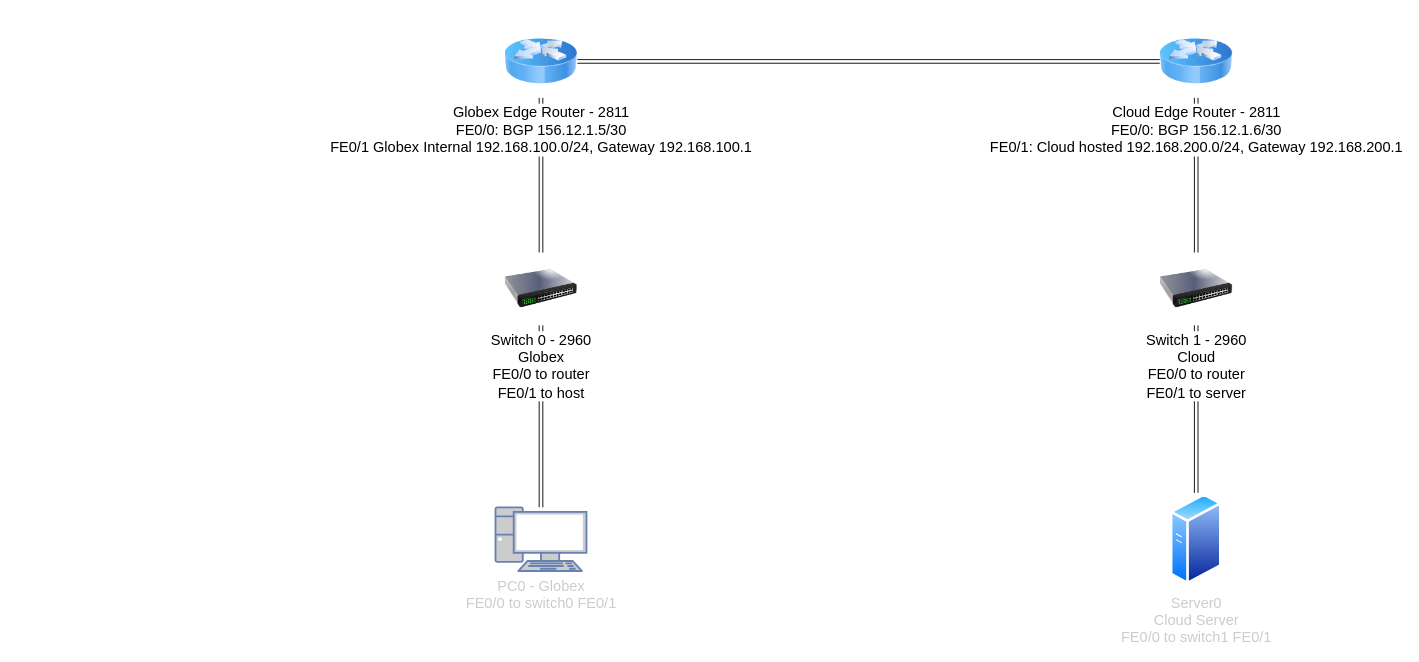
This is 30104.drawio from subtropicalhorseback/opschallenges, a draw.io file, before an edit. Source tidied: cells renumbered, new cells numbered last; positions are measured from the earlier drawing's top-left corner, leaving out a move shared by most shapes. Both pictures are drawn from the tidied source at 91%, with x=0, y=0 at pixel (495, 25).
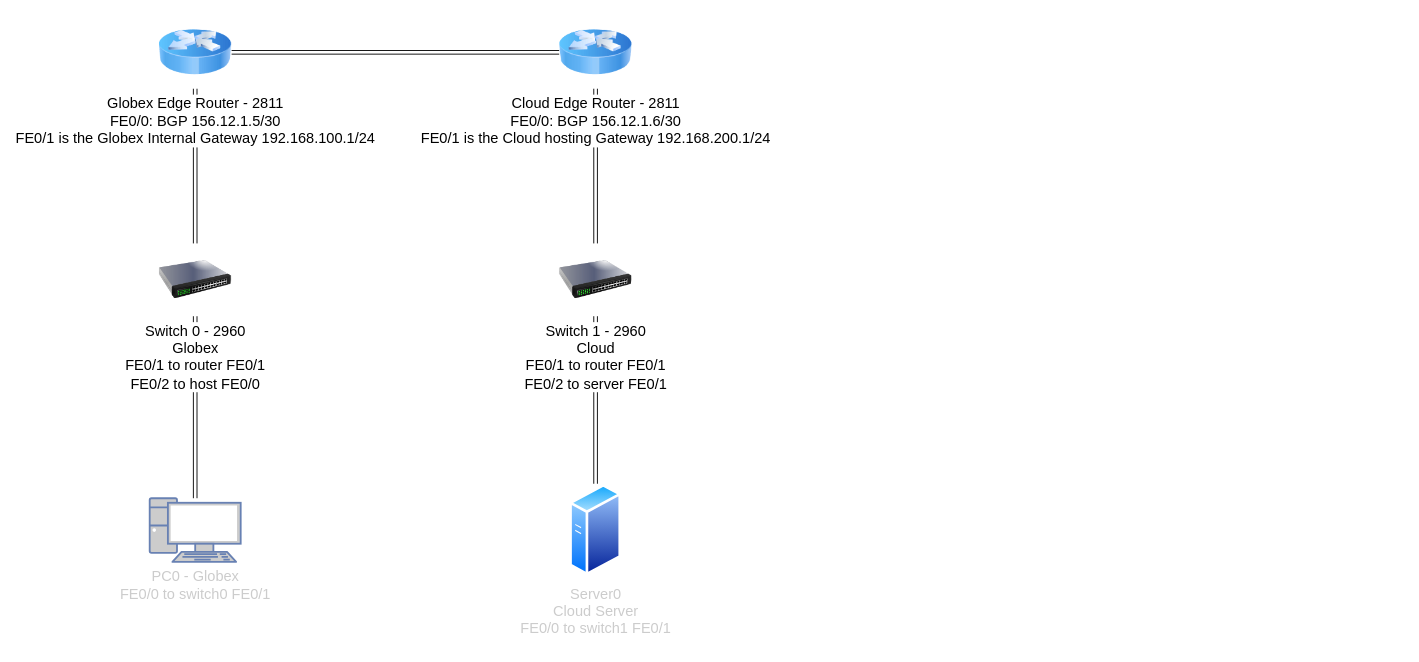
The same diagram, later.

Commit message:
finished 301Lab04 topo

The edit, as a diff of the source:
```diff
@@
 <mxGraphModel>
   <root>
     <mxCell id="0" />
     <mxCell id="1" parent="0" />
     <mxCell id="2" style="edgeStyle=none;shape=link;html=1;entryX=0;entryY=0.5;entryDx=0;entryDy=0;" parent="1" edge="1" source="4" target="6">
       <mxGeometry relative="1" as="geometry" />
     </mxCell>
     <mxCell id="3" style="edgeStyle=none;shape=link;html=1;exitX=0.5;exitY=1;exitDx=0;exitDy=0;fontSize=16;" parent="1" edge="1" source="4" target="8">
       <mxGeometry relative="1" as="geometry" />
     </mxCell>
-    <mxCell id="4" value="&lt;font style=&quot;font-size: 16px;&quot;&gt;Globex Edge Router - 2811&lt;br&gt;FE0/0: BGP 156.12.1.5/30&lt;br&gt;FE0/1 Globex Internal 192.168.100.0/24, Gateway 192.168.100.1&lt;/font&gt;" style="image;html=1;image=img/lib/clip_art/networking/Router_Icon_128x128.png;" parent="1" vertex="1">
-      <mxGeometry x="10" width="80" height="80" as="geometry" />
+    <mxCell id="4" value="&lt;font style=&quot;font-size: 16px;&quot;&gt;Globex Edge Router - 2811&lt;br&gt;FE0/0: BGP 156.12.1.5/30&lt;br&gt;FE0/1 is the Globex Internal Gateway 192.168.100.1/24&lt;/font&gt;" style="image;html=1;image=img/lib/clip_art/networking/Router_Icon_128x128.png;" parent="1" vertex="1">
+      <mxGeometry x="-370" y="-10" width="80" height="80" as="geometry" />
     </mxCell>
     <mxCell id="5" style="edgeStyle=none;shape=link;html=1;fontSize=16;" parent="1" edge="1" source="6" target="10">
       <mxGeometry relative="1" as="geometry" />
     </mxCell>
-    <mxCell id="6" value="&lt;font style=&quot;font-size: 16px;&quot;&gt;Cloud Edge Router - 2811&lt;br&gt;FE0/0: BGP 156.12.1.6/30&lt;br&gt;FE0/1: Cloud hosted 192.168.200.0/24, Gateway 192.168.200.1&lt;br&gt;&lt;/font&gt;" style="image;html=1;image=img/lib/clip_art/networking/Router_Icon_128x128.png;" parent="1" vertex="1">
-      <mxGeometry x="730" width="80" height="80" as="geometry" />
+    <mxCell id="6" value="&lt;font style=&quot;font-size: 16px;&quot;&gt;Cloud Edge Router - 2811&lt;br&gt;FE0/0: BGP 156.12.1.6/30&lt;br&gt;FE0/1 is the Cloud hosting Gateway 192.168.200.1/24&lt;br&gt;&lt;/font&gt;" style="image;html=1;image=img/lib/clip_art/networking/Router_Icon_128x128.png;" parent="1" vertex="1">
+      <mxGeometry x="70" y="-10" width="80" height="80" as="geometry" />
     </mxCell>
     <mxCell id="7" style="edgeStyle=none;shape=link;html=1;fontSize=16;fontColor=#CCCCCC;" parent="1" edge="1" source="8" target="11">
       <mxGeometry relative="1" as="geometry" />
     </mxCell>
-    <mxCell id="8" value="Switch 0 - 2960&lt;br&gt;Globex&lt;br&gt;FE0/0 to router&lt;br&gt;FE0/1 to host" style="image;html=1;image=img/lib/clip_art/networking/Switch_128x128.png;fontSize=16;" parent="1" vertex="1">
-      <mxGeometry x="10" y="250" width="80" height="80" as="geometry" />
+    <mxCell id="8" value="Switch 0 - 2960&lt;br&gt;Globex&lt;br&gt;FE0/1 to router FE0/1&lt;br&gt;FE0/2 to host FE0/0" style="image;html=1;image=img/lib/clip_art/networking/Switch_128x128.png;fontSize=16;" parent="1" vertex="1">
+      <mxGeometry x="-370" y="240" width="80" height="80" as="geometry" />
     </mxCell>
     <mxCell id="9" style="edgeStyle=none;shape=link;html=1;fontSize=16;fontColor=#CCCCCC;" parent="1" edge="1" source="10" target="12">
       <mxGeometry relative="1" as="geometry" />
     </mxCell>
-    <mxCell id="10" value="Switch 1 - 2960&lt;br&gt;Cloud&lt;br&gt;FE0/0 to router&lt;br&gt;FE0/1 to server" style="image;html=1;image=img/lib/clip_art/networking/Switch_128x128.png;fontSize=16;" parent="1" vertex="1">
-      <mxGeometry x="730" y="250" width="80" height="80" as="geometry" />
+    <mxCell id="10" value="Switch 1 - 2960&lt;br&gt;Cloud&lt;br&gt;FE0/1 to router FE0/1&lt;br&gt;FE0/2 to server FE0/1" style="image;html=1;image=img/lib/clip_art/networking/Switch_128x128.png;fontSize=16;" parent="1" vertex="1">
+      <mxGeometry x="70" y="240" width="80" height="80" as="geometry" />
     </mxCell>
     <mxCell id="11" value="&lt;font color=&quot;#cccccc&quot;&gt;PC0 - Globex&lt;br&gt;FE0/0 to switch0 FE0/1&lt;br&gt;&lt;/font&gt;" style="fontColor=#0066CC;verticalAlign=top;verticalLabelPosition=bottom;labelPosition=center;align=center;html=1;outlineConnect=0;fillColor=#CCCCCC;strokeColor=#6881B3;gradientColor=none;gradientDirection=north;strokeWidth=2;shape=mxgraph.networks.pc;fontSize=16;" parent="1" vertex="1">
-      <mxGeometry y="530" width="100" height="70" as="geometry" />
+      <mxGeometry x="-380" y="520" width="100" height="70" as="geometry" />
     </mxCell>
     <mxCell id="12" value="Server0&lt;br&gt;Cloud Server&lt;br&gt;FE0/0 to switch1 FE0/1" style="perimeter=ellipsePerimeter;html=1;align=center;shadow=0;dashed=0;spacingTop=3;image;image=img/lib/active_directory/generic_server.svg;fontSize=16;fontColor=#CCCCCC;" parent="1" vertex="1">
-      <mxGeometry x="741.5" y="514.1" width="57" height="101.8" as="geometry" />
+      <mxGeometry x="81.5" y="504.1" width="57" height="101.8" as="geometry" />
     </mxCell>
   </root>
 </mxGraphModel>
```
